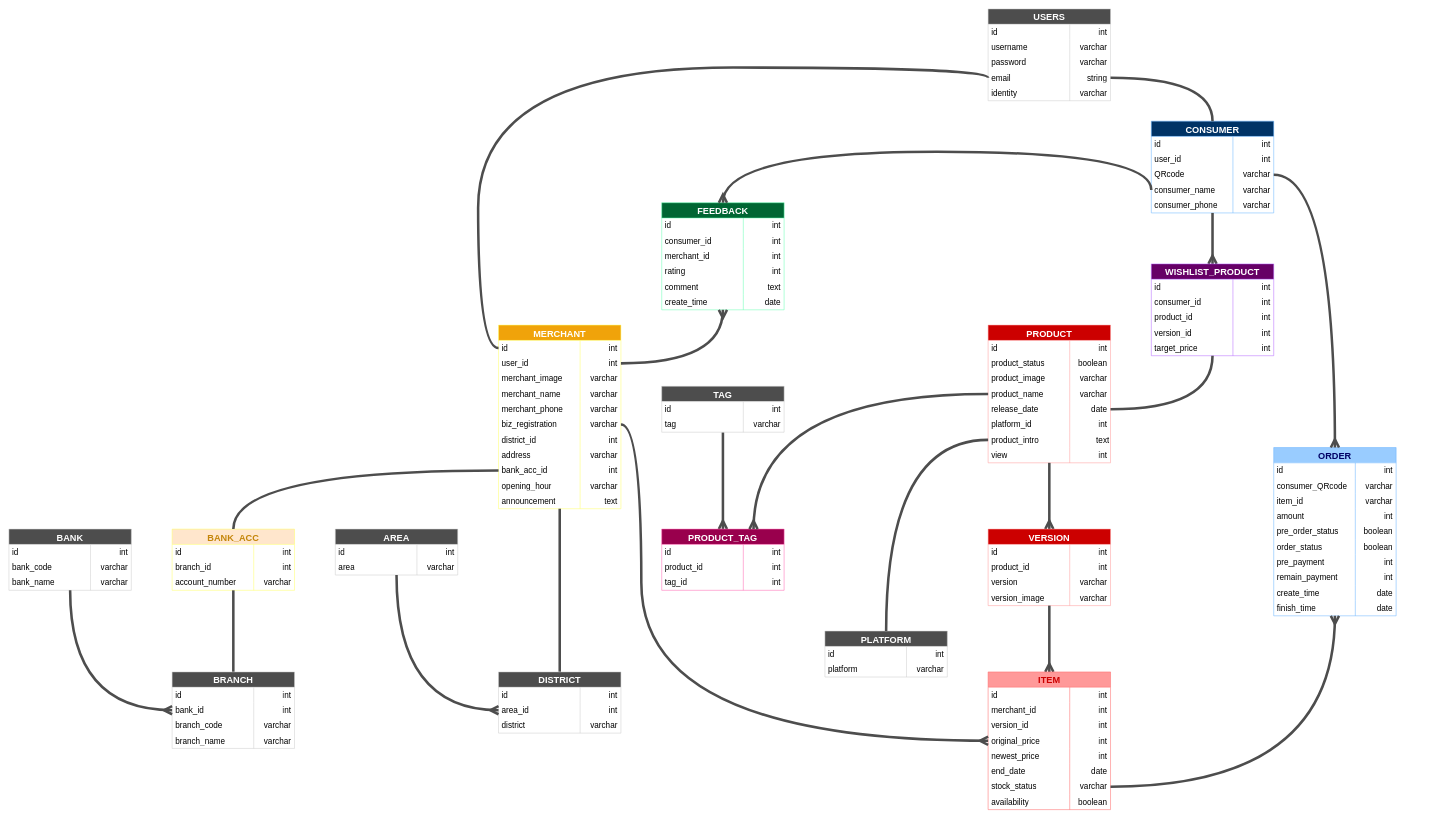
Before: guideline/sql_diagram/erd.drawio in Wils0nLin/FRD-Project, a draw.io diagram. Source tidied: cells renumbered, new cells numbered last; positions are measured from the earlier drawing's top-left corner, leaving out a move shared by most shapes. Both pictures are drawn from the tidied source at 51%, with x=0, y=0 at pixel (9, 9).
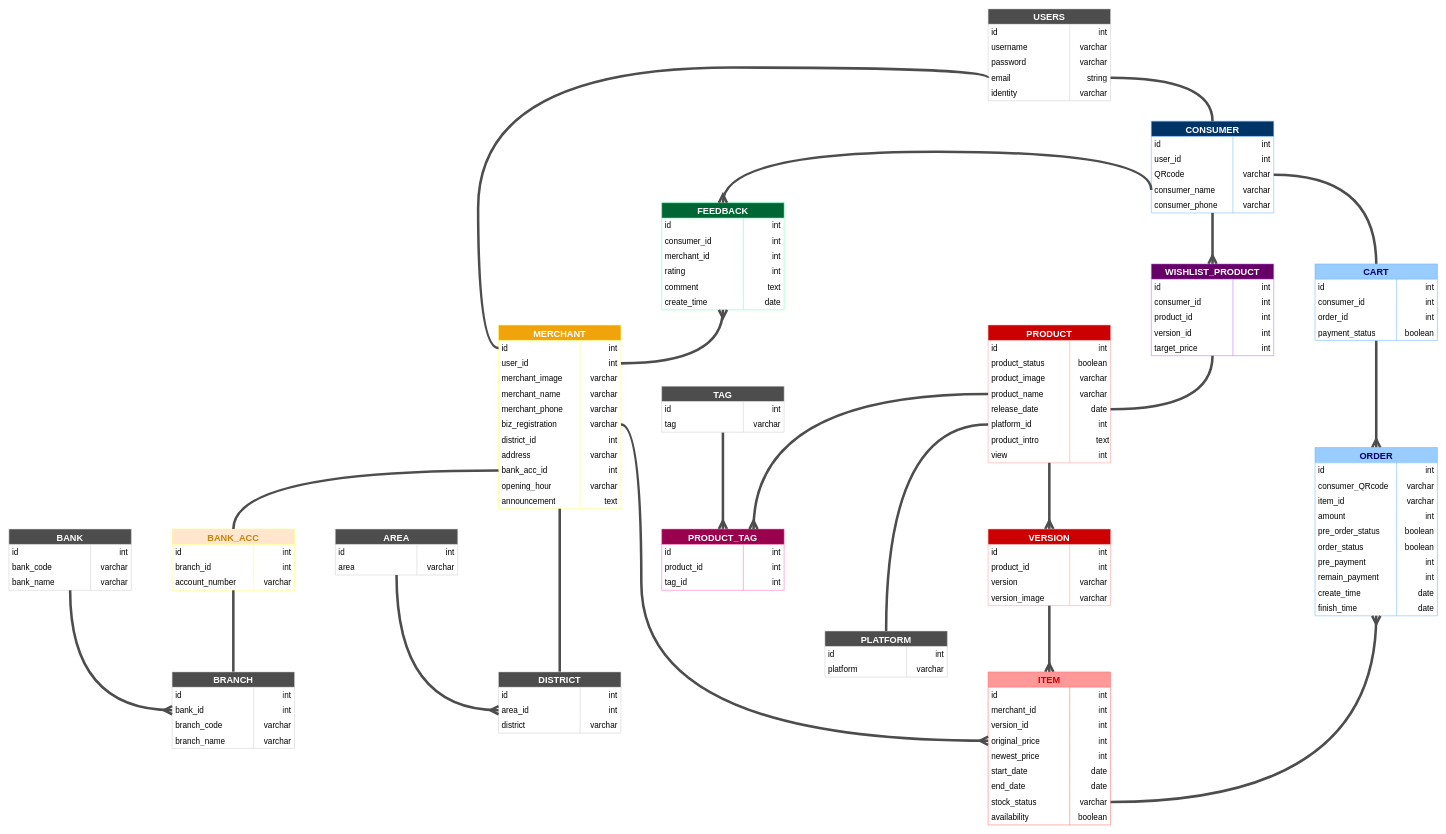
Above is the later version.

Commit message (it also covers changes not shown here):
consumer wireframe update

The change refers to these unchanged cells:
```xml
<mxCell id="25" style="shape=tableRow;horizontal=0;startSize=0;swimlaneHead=0;swimlaneBody=0;top=0;left=0;bottom=0;right=0;fillColor=none;points=[[0,0.5],[1,0.5]];portConstraint=eastwest;" parent="18" vertex="1">
  <mxGeometry y="90" width="240" height="30" as="geometry" />
</mxCell>
<mxCell id="98" style="shape=tableRow;horizontal=0;startSize=0;swimlaneHead=0;swimlaneBody=0;top=0;left=0;bottom=0;right=0;fillColor=none;points=[[0,0.5],[1,0.5]];portConstraint=eastwest;" parent="82" vertex="1">
  <mxGeometry y="180" width="240" height="30" as="geometry" />
</mxCell>
<mxCell id="101" style="shape=tableRow;horizontal=0;startSize=0;swimlaneHead=0;swimlaneBody=0;top=0;left=0;bottom=0;right=0;fillColor=none;points=[[0,0.5],[1,0.5]];portConstraint=eastwest;" parent="82" vertex="1">
  <mxGeometry y="210" width="240" height="30" as="geometry" />
</mxCell>
<mxCell id="282" value="PLATFORM" style="shape=table;startSize=30;childLayout=tableLayout;rowLines=0;fontStyle=1;fontSize=18;labelBackgroundColor=none;fillColor=#4D4D4D;fontColor=#ffffff;strokeColor=#CCCCCC;swimlaneFillColor=default;" parent="1" vertex="1">
  <mxGeometry x="1600" y="1220" width="240" height="90" as="geometry" />
</mxCell>
```

Change to the diagram source:
```diff
@@
+    <mxCell id="290" style="edgeStyle=orthogonalEdgeStyle;curved=1;html=1;exitX=0.5;exitY=0;exitDx=0;exitDy=0;strokeColor=#4D4D4D;strokeWidth=5;endArrow=none;endFill=0;startArrow=ERmany;startFill=0;endSize=10;startSize=10;" parent="1" edge="1" source="34" target="294">
+      <mxGeometry relative="1" as="geometry" />
+    </mxCell>
     <mxCell id="34" value="ORDER" style="shape=table;startSize=30;childLayout=tableLayout;rowLines=0;fontStyle=1;fontSize=18;labelBackgroundColor=none;fillColor=#99CCFF;strokeColor=#66B2FF;labelBorderColor=none;fontColor=#000066;swimlaneFillColor=default;" parent="1" vertex="1">
-      <mxGeometry x="2480" y="860" width="240" height="330" as="geometry" />
+      <mxGeometry x="2561" y="860" width="240" height="330" as="geometry" />
     </mxCell>
@@
     <mxCell id="194" value="ITEM" style="shape=table;startSize=30;childLayout=tableLayout;rowLines=0;fontStyle=1;fontSize=18;labelBackgroundColor=none;fillColor=#FF9999;fontColor=#CC0000;strokeColor=#FF6666;swimlaneFillColor=default;" parent="1" vertex="1">
-      <mxGeometry x="1920" y="1300" width="240" height="270" as="geometry" />
+      <mxGeometry x="1920" y="1300" width="240" height="300" as="geometry" />
     </mxCell>
@@
+    <mxCell id="291" style="shape=tableRow;horizontal=0;startSize=0;swimlaneHead=0;swimlaneBody=0;top=0;left=0;bottom=0;right=0;fillColor=none;" parent="194" vertex="1">
+      <mxGeometry y="180" width="240" height="30" as="geometry" />
+    </mxCell>
+    <mxCell id="292" value="&amp;nbsp;start_date" style="shape=partialRectangle;html=1;whiteSpace=wrap;fillColor=none;top=0;left=0;bottom=0;right=0;overflow=hidden;fontSize=16;align=left;" parent="291" vertex="1">
+      <mxGeometry width="160" height="30" as="geometry" />
+    </mxCell>
+    <mxCell id="293" value="date&amp;nbsp;" style="shape=partialRectangle;html=1;whiteSpace=wrap;fillColor=none;top=0;left=0;bottom=0;right=0;align=right;spacingLeft=6;overflow=hidden;fontSize=16;" parent="291" vertex="1">
+      <mxGeometry x="160" width="80" height="30" as="geometry" />
+    </mxCell>
     <mxCell id="210" style="shape=tableRow;horizontal=0;startSize=0;swimlaneHead=0;swimlaneBody=0;top=0;left=0;bottom=0;right=0;fillColor=none;" parent="194" vertex="1">
-      <mxGeometry y="180" width="240" height="30" as="geometry" />
+      <mxGeometry y="210" width="240" height="30" as="geometry" />
     </mxCell>
@@
     <mxCell id="213" style="shape=tableRow;horizontal=0;startSize=0;swimlaneHead=0;swimlaneBody=0;top=0;left=0;bottom=0;right=0;fillColor=none;points=[[0,0.5],[1,0.5]];portConstraint=eastwest;" parent="194" vertex="1">
-      <mxGeometry y="210" width="240" height="30" as="geometry" />
+      <mxGeometry y="240" width="240" height="30" as="geometry" />
     </mxCell>
@@
     <mxCell id="216" style="shape=tableRow;horizontal=0;startSize=0;swimlaneHead=0;swimlaneBody=0;top=0;left=0;bottom=0;right=0;fillColor=none;" parent="194" vertex="1">
-      <mxGeometry y="240" width="240" height="30" as="geometry" />
+      <mxGeometry y="270" width="240" height="30" as="geometry" />
     </mxCell>
@@
-    <mxCell id="273" style="edgeStyle=orthogonalEdgeStyle;curved=1;html=1;exitX=1;exitY=0.5;exitDx=0;exitDy=0;entryX=0.5;entryY=0;entryDx=0;entryDy=0;strokeColor=#4D4D4D;strokeWidth=5;fontSize=16;fontColor=#C4860A;startArrow=none;startFill=0;endArrow=ERmany;endFill=0;startSize=10;endSize=10;" parent="1" edge="1" source="25" target="34">
+    <mxCell id="273" style="edgeStyle=orthogonalEdgeStyle;curved=1;html=1;exitX=1;exitY=0.5;exitDx=0;exitDy=0;entryX=0.5;entryY=0;entryDx=0;entryDy=0;strokeColor=#4D4D4D;strokeWidth=5;fontSize=16;fontColor=#C4860A;startArrow=none;startFill=0;endArrow=none;endFill=0;startSize=10;endSize=10;" parent="1" edge="1" source="25" target="294">
       <mxGeometry relative="1" as="geometry" />
     </mxCell>
@@
-    <mxCell id="289" style="edgeStyle=orthogonalEdgeStyle;curved=1;html=1;exitX=0;exitY=0.5;exitDx=0;exitDy=0;strokeColor=#4D4D4D;strokeWidth=5;endArrow=none;endFill=0;" parent="1" edge="1" source="101" target="282">
+    <mxCell id="289" style="edgeStyle=orthogonalEdgeStyle;curved=1;html=1;exitX=0;exitY=0.5;exitDx=0;exitDy=0;strokeColor=#4D4D4D;strokeWidth=5;endArrow=none;endFill=0;" parent="1" edge="1" source="98" target="282">
       <mxGeometry relative="1" as="geometry" />
     </mxCell>
+    <mxCell id="294" value="CART" style="shape=table;startSize=30;childLayout=tableLayout;rowLines=0;fontStyle=1;fontSize=18;labelBackgroundColor=none;fillColor=#99CCFF;strokeColor=#66B2FF;labelBorderColor=none;fontColor=#000066;swimlaneFillColor=default;" parent="1" vertex="1">
+      <mxGeometry x="2561" y="500" width="240" height="150" as="geometry" />
+    </mxCell>
+    <mxCell id="295" style="shape=tableRow;horizontal=0;startSize=0;swimlaneHead=0;swimlaneBody=0;top=0;left=0;bottom=0;right=0;fillColor=none;" parent="294" vertex="1">
+      <mxGeometry y="30" width="240" height="30" as="geometry" />
+    </mxCell>
+    <mxCell id="296" value="&amp;nbsp;id" style="shape=partialRectangle;html=1;whiteSpace=wrap;fillColor=none;top=0;left=0;bottom=0;right=0;overflow=hidden;align=left;fontSize=16;" parent="295" vertex="1">
+      <mxGeometry width="160" height="30" as="geometry" />
+    </mxCell>
+    <mxCell id="297" value="int&amp;nbsp;" style="shape=partialRectangle;html=1;whiteSpace=wrap;fillColor=none;top=0;left=0;bottom=0;right=0;align=right;spacingLeft=6;overflow=hidden;fontSize=16;" parent="295" vertex="1">
+      <mxGeometry x="160" width="80" height="30" as="geometry" />
+    </mxCell>
+    <mxCell id="298" style="shape=tableRow;horizontal=0;startSize=0;swimlaneHead=0;swimlaneBody=0;top=0;left=0;bottom=0;right=0;fillColor=none;" parent="294" vertex="1">
+      <mxGeometry y="60" width="240" height="30" as="geometry" />
+    </mxCell>
+    <mxCell id="299" value="&amp;nbsp;consumer_id" style="shape=partialRectangle;html=1;whiteSpace=wrap;fillColor=none;top=0;left=0;bottom=0;right=0;overflow=hidden;align=left;fontSize=16;" parent="298" vertex="1">
+      <mxGeometry width="160" height="30" as="geometry" />
+    </mxCell>
+    <mxCell id="300" value="int&amp;nbsp;" style="shape=partialRectangle;html=1;whiteSpace=wrap;fillColor=none;top=0;left=0;bottom=0;right=0;align=right;spacingLeft=6;overflow=hidden;fontSize=16;" parent="298" vertex="1">
+      <mxGeometry x="160" width="80" height="30" as="geometry" />
+    </mxCell>
+    <mxCell id="301" style="shape=tableRow;horizontal=0;startSize=0;swimlaneHead=0;swimlaneBody=0;top=0;left=0;bottom=0;right=0;fillColor=none;" parent="294" vertex="1">
+      <mxGeometry y="90" width="240" height="30" as="geometry" />
+    </mxCell>
+    <mxCell id="302" value="&amp;nbsp;order_id" style="shape=partialRectangle;html=1;whiteSpace=wrap;fillColor=none;top=0;left=0;bottom=0;right=0;overflow=hidden;fontSize=16;align=left;" parent="301" vertex="1">
+      <mxGeometry width="160" height="30" as="geometry" />
+    </mxCell>
+    <mxCell id="303" value="int&amp;nbsp;" style="shape=partialRectangle;html=1;whiteSpace=wrap;fillColor=none;top=0;left=0;bottom=0;right=0;align=right;spacingLeft=6;overflow=hidden;fontSize=16;" parent="301" vertex="1">
+      <mxGeometry x="160" width="80" height="30" as="geometry" />
+    </mxCell>
+    <mxCell id="304" style="shape=tableRow;horizontal=0;startSize=0;swimlaneHead=0;swimlaneBody=0;top=0;left=0;bottom=0;right=0;fillColor=none;" parent="294" vertex="1">
+      <mxGeometry y="120" width="240" height="30" as="geometry" />
+    </mxCell>
+    <mxCell id="305" value="&amp;nbsp;payment_status" style="shape=partialRectangle;html=1;whiteSpace=wrap;fillColor=none;top=0;left=0;bottom=0;right=0;overflow=hidden;fontSize=16;align=left;" parent="304" vertex="1">
+      <mxGeometry width="160" height="30" as="geometry" />
+    </mxCell>
+    <mxCell id="306" value="boolean&amp;nbsp;" style="shape=partialRectangle;html=1;whiteSpace=wrap;fillColor=none;top=0;left=0;bottom=0;right=0;align=right;spacingLeft=6;overflow=hidden;fontSize=16;" parent="304" vertex="1">
+      <mxGeometry x="160" width="80" height="30" as="geometry" />
+    </mxCell>
```
